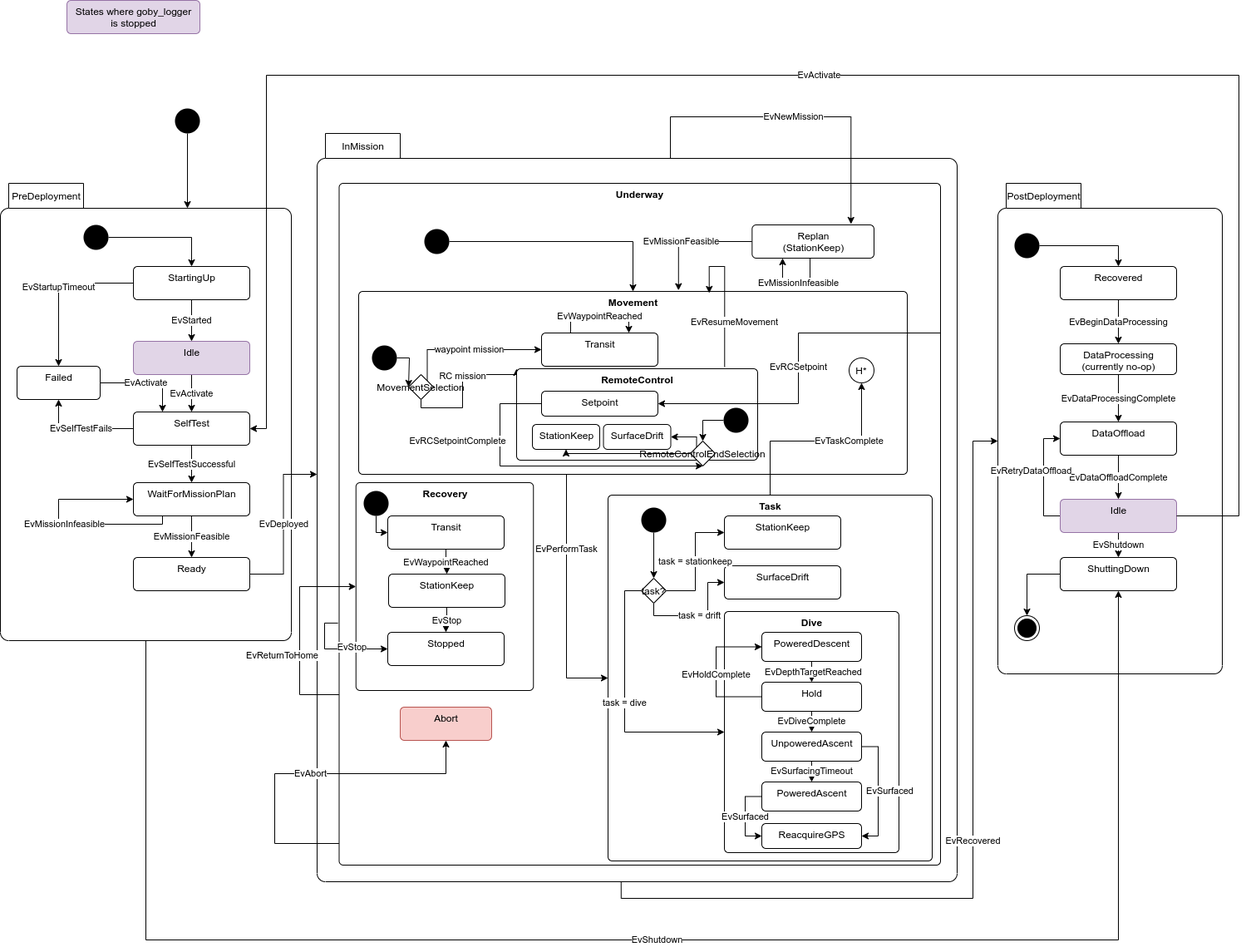
The draw.io diagram src/doc/figures/mission-states.png in jaiarobotics/jaiabot, before a commit. Source tidied: cells renumbered, new cells last; positions are measured from the earlier drawing's top-left corner, leaving out a move shared by most shapes.
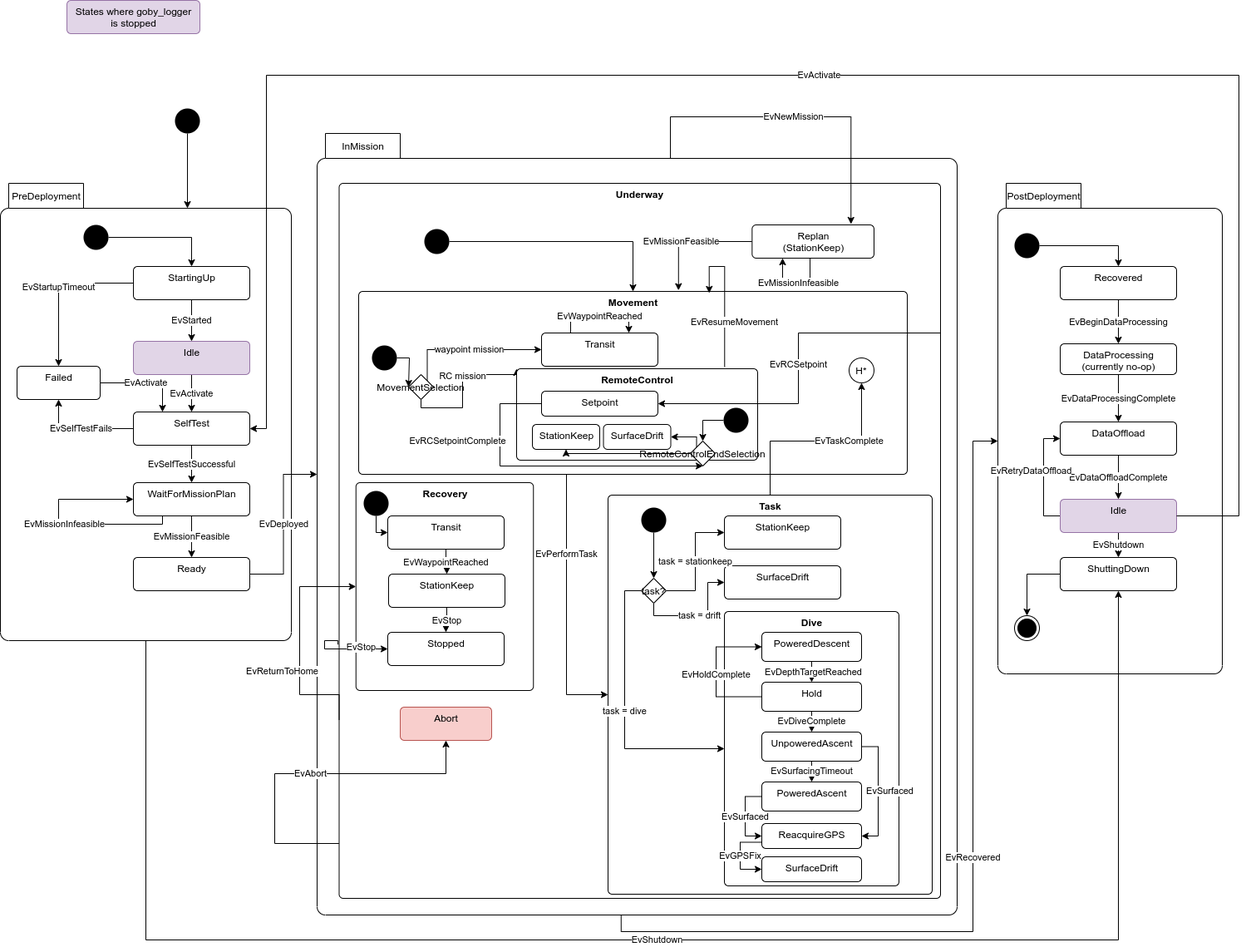
After the commit.

Commit message:
Add SurfaceDrift after Dive; generalize DivePacket to TaskPacket and add new DriftPacket subfield.

Diff of the diagram source:
```diff
@@ -118,13 +118,13 @@
       <mxGeometry relative="1" as="geometry" />
     </mxCell>
     <mxCell id="36" style="group;" parent="1" vertex="1">
-      <mxGeometry x="401" y="260" width="830" height="800" as="geometry" />
+      <mxGeometry x="401" y="260" width="830" height="840" as="geometry" />
     </mxCell>
     <mxCell id="37" value="InMission" style="shape=folder;align=center;verticalAlign=middle;fontStyle=0;tabWidth=100;tabHeight=30;tabPosition=left;html=1;boundedLbl=1;labelInHeader=1;rounded=1;absoluteArcSize=1;arcSize=10;" parent="36" vertex="1">
-      <mxGeometry x="-20" y="-100" width="770" height="900" as="geometry" />
+      <mxGeometry x="-20" y="-100" width="770" height="940" as="geometry" />
     </mxCell>
     <mxCell id="38" value="&lt;b&gt;Underway&lt;/b&gt;" style="html=1;align=center;verticalAlign=top;rounded=1;absoluteArcSize=1;arcSize=10;dashed=0;" parent="36" vertex="1">
-      <mxGeometry x="6.5" y="-40" width="723.5" height="820" as="geometry" />
+      <mxGeometry x="6.5" y="-40" width="723.5" height="860" as="geometry" />
     </mxCell>
     <mxCell id="39" value="EvReturnToHome" style="edgeStyle=orthogonalEdgeStyle;rounded=0;jettySize=auto;html=1;entryX=0;entryY=0.5;entryDx=0;entryDy=0;exitX=0;exitY=0.75;exitDx=0;exitDy=0;" parent="36" edge="1" source="38" target="44">
       <mxGeometry x="-0.23" y="21" relative="1" as="geometry">
@@ -195,7 +195,8 @@
     <mxCell id="54" style="edgeStyle=orthogonalEdgeStyle;rounded=0;jettySize=auto;html=1;entryX=0;entryY=0.5;entryDx=0;entryDy=0;exitX=-0.002;exitY=0.645;exitDx=0;exitDy=0;exitPerimeter=0;" parent="36" edge="1" source="38" target="58">
       <mxGeometry relative="1" as="geometry">
         <Array as="points">
-          <mxPoint x="-11" y="489" />
+          <mxPoint x="5" y="510" />
+          <mxPoint x="-11" y="510" />
           <mxPoint x="-11" y="520" />
         </Array>
       </mxGeometry>
@@ -231,16 +232,16 @@
       <mxGeometry x="620" y="170" width="30" height="30" as="geometry" />
     </mxCell>
     <mxCell id="61" style="group;" parent="36" vertex="1">
-      <mxGeometry x="330" y="335" width="390" height="440" as="geometry" />
+      <mxGeometry x="330" y="335" width="390" height="480" as="geometry" />
     </mxCell>
     <mxCell id="62" value="&lt;b&gt;Task&lt;/b&gt;" style="html=1;align=center;verticalAlign=top;rounded=1;absoluteArcSize=1;arcSize=10;dashed=0;" parent="61" vertex="1">
-      <mxGeometry width="390" height="440" as="geometry" />
+      <mxGeometry width="390" height="480" as="geometry" />
     </mxCell>
     <mxCell id="63" value="StationKeep" style="html=1;align=center;verticalAlign=top;rounded=1;absoluteArcSize=1;arcSize=10;dashed=0;" parent="61" vertex="1">
       <mxGeometry x="140" y="25" width="140" height="40" as="geometry" />
     </mxCell>
     <mxCell id="64" value="&lt;b&gt;Dive&lt;/b&gt;" style="html=1;align=center;verticalAlign=top;rounded=1;absoluteArcSize=1;arcSize=10;dashed=0;" parent="61" vertex="1">
-      <mxGeometry x="140" y="140" width="210" height="290" as="geometry" />
+      <mxGeometry x="140" y="140" width="210" height="330" as="geometry" />
     </mxCell>
     <mxCell id="65" value="SurfaceDrift" style="html=1;align=center;verticalAlign=top;rounded=1;absoluteArcSize=1;arcSize=10;dashed=0;" parent="61" vertex="1">
       <mxGeometry x="140" y="85" width="140" height="40" as="geometry" />
@@ -316,6 +317,17 @@
     <mxCell id="83" value="ReacquireGPS" style="html=1;align=center;verticalAlign=top;rounded=1;absoluteArcSize=1;arcSize=10;dashed=0;" parent="61" vertex="1">
       <mxGeometry x="185" y="395" width="120" height="30" as="geometry" />
     </mxCell>
+    <mxCell id="112" value="SurfaceDrift" style="html=1;align=center;verticalAlign=top;rounded=1;absoluteArcSize=1;arcSize=10;dashed=0;" parent="61" vertex="1">
+      <mxGeometry x="185" y="435" width="120" height="30" as="geometry" />
+    </mxCell>
+    <mxCell id="113" value="EvGPSFix" style="edgeStyle=orthogonalEdgeStyle;rounded=0;jettySize=auto;html=1;entryX=0;entryY=0.5;entryDx=0;entryDy=0;exitX=0;exitY=0.75;exitDx=0;exitDy=0;" parent="61" edge="1" source="83" target="112">
+      <mxGeometry relative="1" as="geometry">
+        <Array as="points">
+          <mxPoint x="159" y="418" />
+          <mxPoint x="159" y="450" />
+        </Array>
+      </mxGeometry>
+    </mxCell>
     <mxCell id="84" value="EvNewMission" style="edgeStyle=orthogonalEdgeStyle;rounded=0;jettySize=auto;html=1;exitX=0;exitY=0;exitDx=425;exitDy=30;exitPerimeter=0;entryX=0.811;entryY=-0.025;entryDx=0;entryDy=0;entryPerimeter=0;" parent="36" edge="1" source="37" target="87">
       <mxGeometry relative="1" as="geometry" />
     </mxCell>
@@ -439,8 +451,8 @@
     <mxCell id="108" value="EvRecovered" style="edgeStyle=orthogonalEdgeStyle;rounded=0;jettySize=auto;html=1;entryX=0;entryY=0;entryDx=0;entryDy=310;exitX=0.475;exitY=1;exitDx=0;exitDy=0;exitPerimeter=0;entryPerimeter=0;" parent="1" edge="1" source="37" target="3">
       <mxGeometry relative="1" as="geometry">
         <Array as="points">
-          <mxPoint x="747" y="1080" />
-          <mxPoint x="1170" y="1080" />
+          <mxPoint x="747" y="1120" />
+          <mxPoint x="1170" y="1120" />
           <mxPoint x="1170" y="530" />
         </Array>
       </mxGeometry>
```
